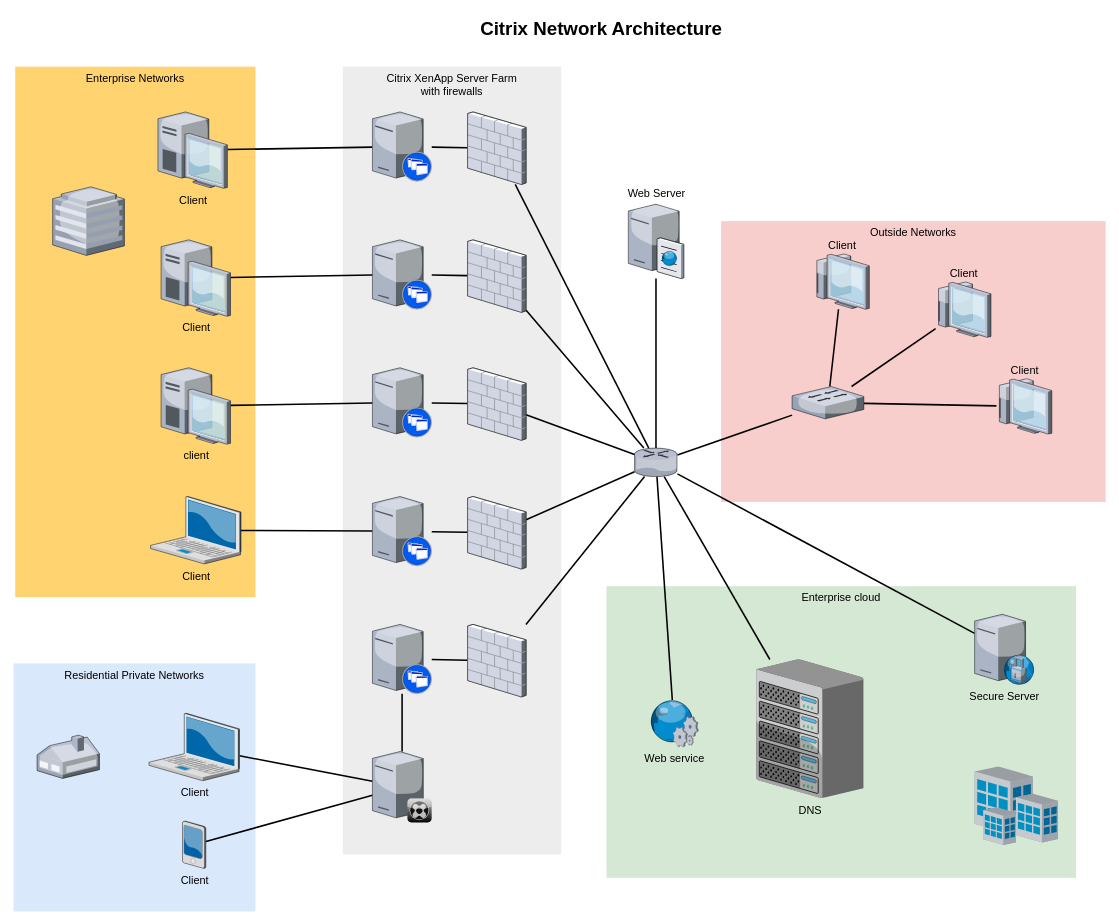
This is page "Page-1" (1 of 2) of Diagramme sans nom.drawio from Kevin-Nexio/open-rport-chart, a draw.io file, before an edit. Source tidied: cells renumbered, new cells numbered last; positions are measured from the earlier drawing's top-left corner, leaving out a move shared by most shapes. Both pictures are drawn from the tidied source at 78%, with x=0, y=0 at pixel (13, 13).
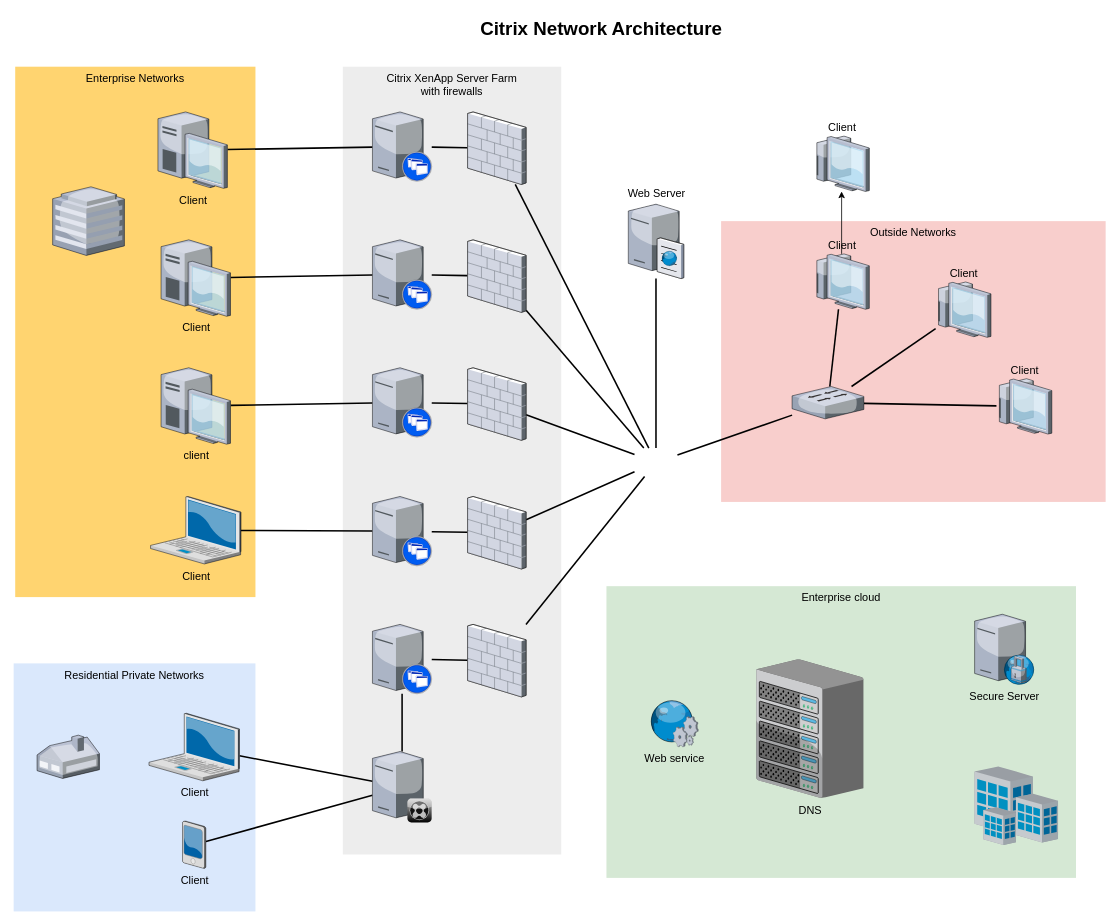
After the change.

Commit message:
Mettre à jour Diagramme sans nom.drawio

Unchanged cells that the change refers to:
```xml
<mxCell id="36" value="Web Server" style="verticalLabelPosition=top;html=1;verticalAlign=bottom;strokeColor=none;shape=mxgraph.citrix.cache_server;fillColor=#66B2FF;gradientColor=#0066CC;fontSize=14;labelPosition=center;align=center;" parent="1" vertex="1">
  <mxGeometry x="788" y="242" width="71" height="97.5" as="geometry" />
</mxCell>
<mxCell id="37" value="DNS" style="verticalLabelPosition=bottom;html=1;verticalAlign=top;strokeColor=none;shape=mxgraph.citrix.chassis;fillColor=#66B2FF;gradientColor=#0066CC;fontSize=14;" parent="1" vertex="1">
  <mxGeometry x="952" y="828" width="137.5" height="177.5" as="geometry" />
</mxCell>
<mxCell id="39" style="verticalLabelPosition=bottom;html=1;verticalAlign=top;strokeColor=none;shape=mxgraph.citrix.firewall;fillColor=#66B2FF;gradientColor=#0066CC;fontSize=14;" parent="1" vertex="1">
  <mxGeometry x="582" y="126" width="75" height="93" as="geometry" />
</mxCell>
<mxCell id="41" style="verticalLabelPosition=bottom;html=1;verticalAlign=top;strokeColor=none;shape=mxgraph.citrix.firewall;fillColor=#66B2FF;gradientColor=#0066CC;fontSize=14;" parent="1" vertex="1">
  <mxGeometry x="582" y="290" width="75" height="93" as="geometry" />
</mxCell>
<mxCell id="43" style="verticalLabelPosition=bottom;html=1;verticalAlign=top;strokeColor=none;shape=mxgraph.citrix.firewall;fillColor=#66B2FF;gradientColor=#0066CC;fontSize=14;" parent="1" vertex="1">
  <mxGeometry x="582" y="454" width="75" height="93" as="geometry" />
</mxCell>
<mxCell id="45" style="verticalLabelPosition=bottom;html=1;verticalAlign=top;strokeColor=none;shape=mxgraph.citrix.firewall;fillColor=#66B2FF;gradientColor=#0066CC;fontSize=14;" parent="1" vertex="1">
  <mxGeometry x="582" y="619" width="75" height="93" as="geometry" />
</mxCell>
<mxCell id="47" style="verticalLabelPosition=bottom;html=1;verticalAlign=top;strokeColor=none;shape=mxgraph.citrix.firewall;fillColor=#66B2FF;gradientColor=#0066CC;fontSize=14;" parent="1" vertex="1">
  <mxGeometry x="582" y="783" width="75" height="93" as="geometry" />
</mxCell>
<mxCell id="50" value="Secure Server" style="verticalLabelPosition=bottom;html=1;verticalAlign=top;strokeColor=none;shape=mxgraph.citrix.proxy_server;fillColor=#66B2FF;gradientColor=#0066CC;fontSize=14;" parent="1" vertex="1">
  <mxGeometry x="1232" y="770" width="76.5" height="90" as="geometry" />
</mxCell>
<mxCell id="54" style="verticalLabelPosition=bottom;html=1;verticalAlign=top;strokeColor=none;shape=mxgraph.citrix.switch;fillColor=#66B2FF;gradientColor=#0066CC;fontSize=14;" parent="1" vertex="1">
  <mxGeometry x="998" y="478" width="92" height="41.5" as="geometry" />
</mxCell>
<mxCell id="57" value="Client" style="verticalLabelPosition=top;html=1;verticalAlign=bottom;strokeColor=none;shape=mxgraph.citrix.thin_client;fillColor=#66B2FF;gradientColor=#0066CC;fontSize=14;labelPosition=center;align=center;" parent="1" vertex="1">
  <mxGeometry x="1026" y="308" width="71" height="71" as="geometry" />
</mxCell>
<mxCell id="59" value="Web service" style="verticalLabelPosition=bottom;html=1;verticalAlign=top;strokeColor=none;shape=mxgraph.citrix.web_service;fillColor=#66B2FF;gradientColor=#0066CC;fontSize=14;" parent="1" vertex="1">
  <mxGeometry x="815" y="880" width="63" height="60" as="geometry" />
</mxCell>
```

Change to the diagram source:
```diff
@@
-    <mxCell id="29" style="edgeStyle=none;rounded=0;html=1;startSize=10;endSize=10;jettySize=auto;fontSize=14;endArrow=none;endFill=0;strokeWidth=2;" parent="1" edge="1" source="33" target="37">
-      <mxGeometry relative="1" as="geometry" />
-    </mxCell>
-    <mxCell id="30" style="edgeStyle=none;rounded=0;html=1;startSize=10;endSize=10;jettySize=auto;fontSize=14;endArrow=none;endFill=0;strokeWidth=2;" parent="1" edge="1" source="33" target="36">
-      <mxGeometry relative="1" as="geometry" />
+    <mxCell id="30" style="edgeStyle=none;rounded=0;html=1;startSize=10;endSize=10;jettySize=auto;fontSize=14;endArrow=none;endFill=0;strokeWidth=2;" parent="1" edge="1" target="36">
+      <mxGeometry relative="1" as="geometry">
+        <mxPoint x="823.5" y="557" as="sourcePoint" />
+      </mxGeometry>
     </mxCell>
-    <mxCell id="31" style="edgeStyle=none;rounded=0;html=1;startSize=10;endSize=10;jettySize=auto;fontSize=14;endArrow=none;endFill=0;strokeWidth=2;" parent="1" edge="1" source="33" target="54">
-      <mxGeometry relative="1" as="geometry" />
+    <mxCell id="31" style="edgeStyle=none;rounded=0;html=1;startSize=10;endSize=10;jettySize=auto;fontSize=14;endArrow=none;endFill=0;strokeWidth=2;" parent="1" edge="1" target="54">
+      <mxGeometry relative="1" as="geometry">
+        <mxPoint x="851" y="565.7" as="sourcePoint" />
+      </mxGeometry>
     </mxCell>
-    <mxCell id="32" style="edgeStyle=none;rounded=0;html=1;startSize=10;endSize=10;jettySize=auto;fontSize=14;endArrow=none;endFill=0;strokeWidth=2;" parent="1" edge="1" source="33" target="50">
-      <mxGeometry relative="1" as="geometry" />
-    </mxCell>
-    <mxCell id="33" style="verticalLabelPosition=bottom;html=1;verticalAlign=top;strokeColor=none;shape=mxgraph.citrix.router;fillColor=#66B2FF;gradientColor=#0066CC;fontSize=14;" parent="1" vertex="1">
-      <mxGeometry x="796" y="557" width="55" height="36.5" as="geometry" />
-    </mxCell>
@@
-    <mxCell id="38" style="edgeStyle=none;rounded=0;html=1;startSize=10;endSize=10;jettySize=auto;fontSize=14;endArrow=none;endFill=0;strokeWidth=2;" parent="1" edge="1" source="39" target="33">
-      <mxGeometry relative="1" as="geometry" />
+    <mxCell id="38" style="edgeStyle=none;rounded=0;html=1;startSize=10;endSize=10;jettySize=auto;fontSize=14;endArrow=none;endFill=0;strokeWidth=2;" parent="1" edge="1" source="39">
+      <mxGeometry relative="1" as="geometry">
+        <mxPoint x="814.3" y="557" as="targetPoint" />
+      </mxGeometry>
     </mxCell>
@@
-    <mxCell id="40" style="edgeStyle=none;rounded=0;html=1;startSize=10;endSize=10;jettySize=auto;fontSize=14;endArrow=none;endFill=0;strokeWidth=2;" parent="1" edge="1" source="41" target="33">
-      <mxGeometry relative="1" as="geometry" />
+    <mxCell id="40" style="edgeStyle=none;rounded=0;html=1;startSize=10;endSize=10;jettySize=auto;fontSize=14;endArrow=none;endFill=0;strokeWidth=2;" parent="1" edge="1" source="41">
+      <mxGeometry relative="1" as="geometry">
+        <mxPoint x="807.9" y="557" as="targetPoint" />
+      </mxGeometry>
     </mxCell>
@@
-    <mxCell id="42" style="edgeStyle=none;rounded=0;html=1;startSize=10;endSize=10;jettySize=auto;fontSize=14;endArrow=none;endFill=0;strokeWidth=2;" parent="1" edge="1" source="43" target="33">
-      <mxGeometry relative="1" as="geometry" />
+    <mxCell id="42" style="edgeStyle=none;rounded=0;html=1;startSize=10;endSize=10;jettySize=auto;fontSize=14;endArrow=none;endFill=0;strokeWidth=2;" parent="1" edge="1" source="43">
+      <mxGeometry relative="1" as="geometry">
+        <mxPoint x="796" y="565.2" as="targetPoint" />
+      </mxGeometry>
     </mxCell>
@@
-    <mxCell id="44" style="edgeStyle=none;rounded=0;html=1;startSize=10;endSize=10;jettySize=auto;fontSize=14;endArrow=none;endFill=0;strokeWidth=2;" parent="1" edge="1" source="45" target="33">
-      <mxGeometry relative="1" as="geometry" />
+    <mxCell id="44" style="edgeStyle=none;rounded=0;html=1;startSize=10;endSize=10;jettySize=auto;fontSize=14;endArrow=none;endFill=0;strokeWidth=2;" parent="1" edge="1" source="45">
+      <mxGeometry relative="1" as="geometry">
+        <mxPoint x="796" y="587.4" as="targetPoint" />
+      </mxGeometry>
     </mxCell>
@@
-    <mxCell id="46" style="edgeStyle=none;rounded=0;html=1;startSize=10;endSize=10;jettySize=auto;fontSize=14;endArrow=none;endFill=0;strokeWidth=2;" parent="1" edge="1" source="47" target="33">
-      <mxGeometry relative="1" as="geometry" />
+    <mxCell id="46" style="edgeStyle=none;rounded=0;html=1;startSize=10;endSize=10;jettySize=auto;fontSize=14;endArrow=none;endFill=0;strokeWidth=2;" parent="1" edge="1" source="47">
+      <mxGeometry relative="1" as="geometry">
+        <mxPoint x="808.9" y="593.5" as="targetPoint" />
+      </mxGeometry>
     </mxCell>
@@
+    <mxCell id="62" style="edgeStyle=orthogonalEdgeStyle;rounded=0;jettySize=auto;html=1;" parent="1" edge="1" source="57" target="63">
+      <mxGeometry relative="1" as="geometry" />
+    </mxCell>
@@
-    <mxCell id="58" style="edgeStyle=none;rounded=0;html=1;startSize=10;endSize=10;jettySize=auto;fontSize=14;endArrow=none;endFill=0;strokeWidth=2;" parent="1" edge="1" source="59" target="33">
-      <mxGeometry relative="1" as="geometry" />
-    </mxCell>
@@
+    <mxCell id="63" value="Client" style="verticalLabelPosition=top;html=1;verticalAlign=bottom;strokeColor=none;shape=mxgraph.citrix.thin_client;fillColor=#66B2FF;gradientColor=#0066CC;fontSize=14;labelPosition=center;align=center;" parent="1" vertex="1">
+      <mxGeometry x="1026" y="157" width="71" height="71" as="geometry" />
+    </mxCell>
```
